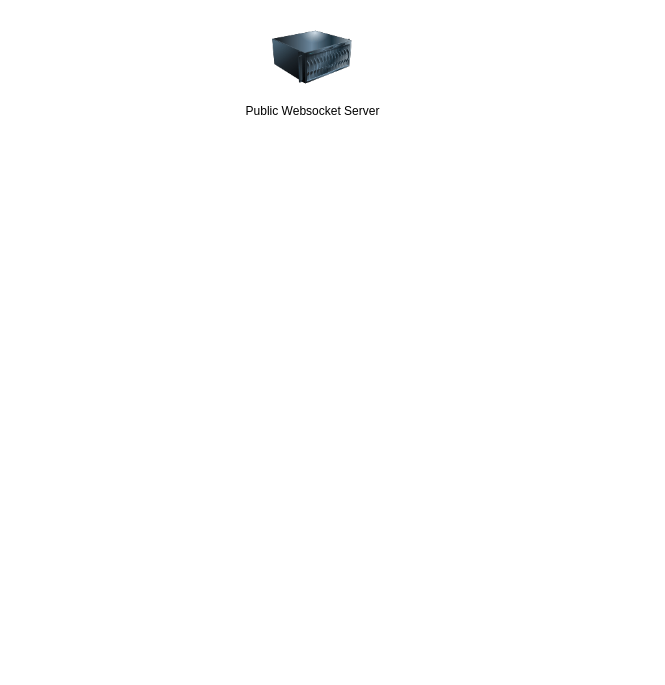
The draw.io diagram http_tunnel.drawio in mayurprajapati/drawio, before the edit. Source tidied: cells renumbered, new cells numbered last; positions are measured from the earlier drawing's top-left corner, leaving out a move shared by most shapes. Both pictures are drawn from the tidied source at 100%, with x=0, y=0 at pixel (272, 17).
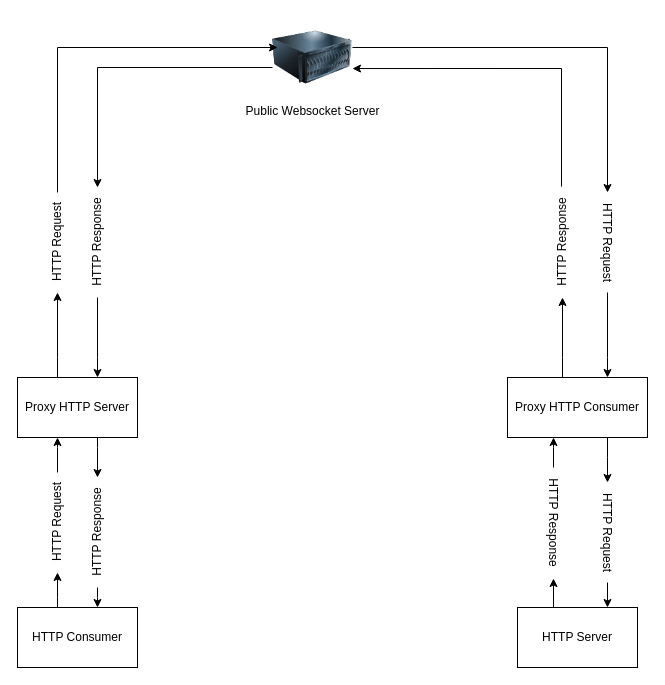
After the change.

The change refers to these unchanged cells:
```xml
<mxCell id="2" value="Public Websocket Server" style="image;html=1;image=img/lib/clip_art/computers/Server_128x128.png;" parent="1" vertex="1">
  <mxGeometry width="80" height="80" as="geometry" />
</mxCell>
```

What changed in the source:
```diff
@@
+    <mxCell id="3" style="edgeStyle=orthogonalEdgeStyle;rounded=0;jettySize=auto;html=1;" parent="1" edge="1" source="2" target="16">
+      <mxGeometry relative="1" as="geometry">
+        <Array as="points">
+          <mxPoint x="335" y="30" />
+        </Array>
+      </mxGeometry>
+    </mxCell>
+    <mxCell id="4" style="edgeStyle=orthogonalEdgeStyle;rounded=0;jettySize=auto;html=1;" parent="1" edge="1" source="2" target="28">
+      <mxGeometry relative="1" as="geometry">
+        <Array as="points">
+          <mxPoint x="-175" y="50" />
+        </Array>
+      </mxGeometry>
+    </mxCell>
@@
+    <mxCell id="5" style="edgeStyle=orthogonalEdgeStyle;rounded=0;jettySize=auto;html=1;" parent="1" edge="1" source="7" target="18">
+      <mxGeometry relative="1" as="geometry">
+        <Array as="points">
+          <mxPoint x="-215" y="340" />
+          <mxPoint x="-215" y="340" />
+        </Array>
+      </mxGeometry>
+    </mxCell>
+    <mxCell id="6" style="edgeStyle=orthogonalEdgeStyle;rounded=0;jettySize=auto;html=1;" parent="1" edge="1" source="7" target="30">
+      <mxGeometry relative="1" as="geometry">
+        <Array as="points">
+          <mxPoint x="-175" y="430" />
+          <mxPoint x="-175" y="430" />
+        </Array>
+      </mxGeometry>
+    </mxCell>
+    <mxCell id="7" value="Proxy HTTP Server" style="rounded=0;whiteSpace=wrap;html=1;" parent="1" vertex="1">
+      <mxGeometry x="-255" y="360" width="120" height="60" as="geometry" />
+    </mxCell>
+    <mxCell id="8" style="edgeStyle=orthogonalEdgeStyle;rounded=0;jettySize=auto;html=1;" parent="1" edge="1" source="10" target="22">
+      <mxGeometry relative="1" as="geometry">
+        <Array as="points">
+          <mxPoint x="335" y="440" />
+          <mxPoint x="335" y="440" />
+        </Array>
+      </mxGeometry>
+    </mxCell>
+    <mxCell id="9" style="edgeStyle=orthogonalEdgeStyle;rounded=0;jettySize=auto;html=1;" parent="1" edge="1" source="10" target="26">
+      <mxGeometry relative="1" as="geometry">
+        <Array as="points">
+          <mxPoint x="290" y="340" />
+          <mxPoint x="290" y="340" />
+        </Array>
+      </mxGeometry>
+    </mxCell>
+    <mxCell id="10" value="Proxy HTTP Consumer" style="rounded=0;whiteSpace=wrap;html=1;" parent="1" vertex="1">
+      <mxGeometry x="235" y="360" width="140" height="60" as="geometry" />
+    </mxCell>
+    <mxCell id="11" style="edgeStyle=orthogonalEdgeStyle;rounded=0;jettySize=auto;html=1;" parent="1" edge="1" source="12" target="20">
+      <mxGeometry relative="1" as="geometry">
+        <Array as="points">
+          <mxPoint x="-215" y="580" />
+          <mxPoint x="-215" y="580" />
+        </Array>
+      </mxGeometry>
+    </mxCell>
+    <mxCell id="12" value="HTTP Consumer" style="rounded=0;whiteSpace=wrap;html=1;" parent="1" vertex="1">
+      <mxGeometry x="-255" y="590" width="120" height="60" as="geometry" />
+    </mxCell>
+    <mxCell id="13" style="edgeStyle=orthogonalEdgeStyle;rounded=0;jettySize=auto;html=1;entryX=1.009;entryY=0.5;entryDx=0;entryDy=0;entryPerimeter=0;" parent="1" edge="1" source="14" target="24">
+      <mxGeometry relative="1" as="geometry">
+        <Array as="points">
+          <mxPoint x="281" y="590" />
+          <mxPoint x="281" y="590" />
+        </Array>
+      </mxGeometry>
+    </mxCell>
+    <mxCell id="14" value="HTTP Server" style="rounded=0;whiteSpace=wrap;html=1;" parent="1" vertex="1">
+      <mxGeometry x="245" y="590" width="120" height="60" as="geometry" />
+    </mxCell>
+    <mxCell id="15" style="edgeStyle=orthogonalEdgeStyle;rounded=0;jettySize=auto;html=1;" parent="1" edge="1" source="16" target="10">
+      <mxGeometry relative="1" as="geometry">
+        <Array as="points">
+          <mxPoint x="335" y="340" />
+          <mxPoint x="335" y="340" />
+        </Array>
+      </mxGeometry>
+    </mxCell>
+    <mxCell id="16" value="HTTP Request" style="text;html=1;align=center;verticalAlign=middle;points=[];strokeColor=none;fillColor=none;rotation=90;" parent="1" vertex="1">
+      <mxGeometry x="285" y="210" width="100" height="30" as="geometry" />
+    </mxCell>
+    <mxCell id="17" style="edgeStyle=orthogonalEdgeStyle;rounded=0;jettySize=auto;html=1;entryX=0.063;entryY=0.375;entryDx=0;entryDy=0;entryPerimeter=0;" parent="1" edge="1" source="18" target="2">
+      <mxGeometry relative="1" as="geometry">
+        <Array as="points">
+          <mxPoint x="-215" y="30" />
+        </Array>
+      </mxGeometry>
+    </mxCell>
+    <mxCell id="18" value="HTTP Request" style="text;html=1;align=center;verticalAlign=middle;points=[];strokeColor=none;fillColor=none;rotation=-90;" parent="1" vertex="1">
+      <mxGeometry x="-265" y="210" width="100" height="30" as="geometry" />
+    </mxCell>
+    <mxCell id="19" style="edgeStyle=orthogonalEdgeStyle;rounded=0;jettySize=auto;html=1;" parent="1" edge="1" source="20" target="7">
+      <mxGeometry relative="1" as="geometry">
+        <Array as="points">
+          <mxPoint x="-215" y="430" />
+          <mxPoint x="-215" y="430" />
+        </Array>
+      </mxGeometry>
+    </mxCell>
+    <mxCell id="20" value="HTTP Request" style="text;html=1;align=center;verticalAlign=middle;points=[];strokeColor=none;fillColor=none;rotation=-90;" parent="1" vertex="1">
+      <mxGeometry x="-265" y="490" width="100" height="30" as="geometry" />
+    </mxCell>
+    <mxCell id="21" style="edgeStyle=orthogonalEdgeStyle;rounded=0;jettySize=auto;html=1;entryX=0.75;entryY=0;entryDx=0;entryDy=0;" parent="1" edge="1" source="22" target="14">
+      <mxGeometry relative="1" as="geometry" />
+    </mxCell>
+    <mxCell id="22" value="HTTP Request" style="text;html=1;align=center;verticalAlign=middle;points=[];strokeColor=none;fillColor=none;rotation=90;" parent="1" vertex="1">
+      <mxGeometry x="285" y="500" width="100" height="30" as="geometry" />
+    </mxCell>
+    <mxCell id="23" style="edgeStyle=orthogonalEdgeStyle;rounded=0;jettySize=auto;html=1;entryX=0.329;entryY=1;entryDx=0;entryDy=0;entryPerimeter=0;" parent="1" edge="1" source="24" target="10">
+      <mxGeometry relative="1" as="geometry" />
+    </mxCell>
+    <mxCell id="24" value="HTTP Response" style="text;html=1;align=center;verticalAlign=middle;points=[];strokeColor=none;fillColor=none;rotation=90;" parent="1" vertex="1">
+      <mxGeometry x="226" y="490" width="110" height="30" as="geometry" />
+    </mxCell>
+    <mxCell id="25" style="edgeStyle=orthogonalEdgeStyle;rounded=0;jettySize=auto;html=1;entryX=1;entryY=0.638;entryDx=0;entryDy=0;exitX=1.009;exitY=0.467;exitDx=0;exitDy=0;exitPerimeter=0;entryPerimeter=0;" parent="1" edge="1" source="26" target="2">
+      <mxGeometry relative="1" as="geometry" />
+    </mxCell>
+    <mxCell id="26" value="HTTP Response" style="text;html=1;align=center;verticalAlign=middle;points=[];strokeColor=none;fillColor=none;rotation=-90;" parent="1" vertex="1">
+      <mxGeometry x="235" y="210" width="110" height="30" as="geometry" />
+    </mxCell>
+    <mxCell id="27" style="edgeStyle=orthogonalEdgeStyle;rounded=0;jettySize=auto;html=1;" parent="1" edge="1" source="28" target="7">
+      <mxGeometry relative="1" as="geometry">
+        <Array as="points">
+          <mxPoint x="-175" y="340" />
+          <mxPoint x="-175" y="340" />
+        </Array>
+      </mxGeometry>
+    </mxCell>
+    <mxCell id="28" value="HTTP Response" style="text;html=1;align=center;verticalAlign=middle;points=[];strokeColor=none;fillColor=none;rotation=-90;" parent="1" vertex="1">
+      <mxGeometry x="-230" y="210" width="110" height="30" as="geometry" />
+    </mxCell>
+    <mxCell id="29" style="edgeStyle=orthogonalEdgeStyle;rounded=0;jettySize=auto;html=1;" parent="1" edge="1" source="30" target="12">
+      <mxGeometry relative="1" as="geometry">
+        <Array as="points">
+          <mxPoint x="-175" y="580" />
+          <mxPoint x="-175" y="580" />
+        </Array>
+      </mxGeometry>
+    </mxCell>
+    <mxCell id="30" value="HTTP Response" style="text;html=1;align=center;verticalAlign=middle;points=[];strokeColor=none;fillColor=none;rotation=-90;" parent="1" vertex="1">
+      <mxGeometry x="-230" y="500" width="110" height="30" as="geometry" />
+    </mxCell>
```
